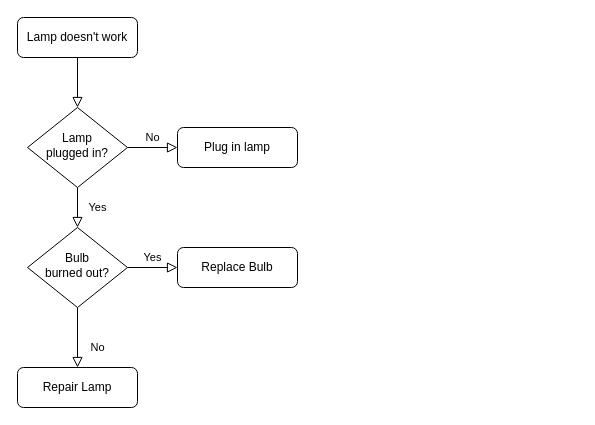
Before: facedetect.drawio in danblue3/test, a draw.io diagram. Source tidied: cells renumbered, new cells numbered last; positions are measured from the earlier drawing's top-left corner, leaving out a move shared by most shapes. Both pictures are drawn from the tidied source at 100%, with x=0, y=0 at pixel (17, 17).
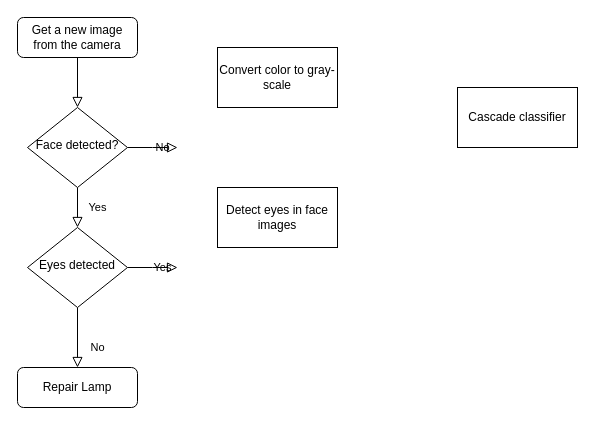
Above is the later version.

What changed in the source:
```diff
@@
 <mxGraphModel>
   <root>
     <mxCell id="0" />
     <mxCell id="1" parent="0" />
     <mxCell id="2" style="rounded=0;html=1;jettySize=auto;fontSize=11;endArrow=block;endFill=0;endSize=8;strokeWidth=1;shadow=0;labelBackgroundColor=none;edgeStyle=orthogonalEdgeStyle;" parent="1" edge="1" source="3" target="6">
       <mxGeometry relative="1" as="geometry" />
     </mxCell>
-    <mxCell id="3" value="Lamp doesn't work" style="rounded=1;whiteSpace=wrap;html=1;fontSize=12;glass=0;strokeWidth=1;shadow=0;" parent="1" vertex="1">
+    <mxCell id="3" value="Get a new image from the camera" style="rounded=1;whiteSpace=wrap;html=1;fontSize=12;glass=0;strokeWidth=1;shadow=0;" parent="1" vertex="1">
       <mxGeometry width="120" height="40" as="geometry" />
     </mxCell>
     <mxCell id="4" value="Yes" style="rounded=0;html=1;jettySize=auto;fontSize=11;endArrow=block;endFill=0;endSize=8;strokeWidth=1;shadow=0;labelBackgroundColor=none;edgeStyle=orthogonalEdgeStyle;" parent="1" edge="1" source="6" target="10">
       <mxGeometry y="20" relative="1" as="geometry" />
     </mxCell>
-    <mxCell id="5" value="No" style="edgeStyle=orthogonalEdgeStyle;rounded=0;html=1;jettySize=auto;fontSize=11;endArrow=block;endFill=0;endSize=8;strokeWidth=1;shadow=0;labelBackgroundColor=none;" parent="1" edge="1" source="6" target="7">
-      <mxGeometry y="10" relative="1" as="geometry" />
+    <mxCell id="5" value="No" style="edgeStyle=orthogonalEdgeStyle;rounded=0;html=1;jettySize=auto;fontSize=11;endArrow=block;endFill=0;endSize=8;strokeWidth=1;shadow=0;labelBackgroundColor=none;" parent="1" edge="1" source="6">
+      <mxGeometry y="10" relative="1" as="geometry">
+        <mxPoint x="160" y="130" as="targetPoint" />
+      </mxGeometry>
     </mxCell>
-    <mxCell id="6" value="Lamp&lt;br&gt;plugged in?" style="rhombus;whiteSpace=wrap;html=1;shadow=0;fontFamily=Helvetica;fontSize=12;align=center;strokeWidth=1;spacing=6;spacingTop=-4;" parent="1" vertex="1">
+    <mxCell id="6" value="Face detected?" style="rhombus;whiteSpace=wrap;html=1;shadow=0;fontFamily=Helvetica;fontSize=12;align=center;strokeWidth=1;spacing=6;spacingTop=-4;" parent="1" vertex="1">
       <mxGeometry x="10" y="90" width="100" height="80" as="geometry" />
     </mxCell>
-    <mxCell id="7" value="Plug in lamp" style="rounded=1;whiteSpace=wrap;html=1;fontSize=12;glass=0;strokeWidth=1;shadow=0;" parent="1" vertex="1">
-      <mxGeometry x="160" y="110" width="120" height="40" as="geometry" />
-    </mxCell>
     <mxCell id="8" value="No" style="rounded=0;html=1;jettySize=auto;fontSize=11;endArrow=block;endFill=0;endSize=8;strokeWidth=1;shadow=0;labelBackgroundColor=none;edgeStyle=orthogonalEdgeStyle;" parent="1" edge="1" source="10" target="11">
       <mxGeometry x="0.33" y="20" relative="1" as="geometry" />
     </mxCell>
-    <mxCell id="9" value="Yes" style="edgeStyle=orthogonalEdgeStyle;rounded=0;html=1;jettySize=auto;fontSize=11;endArrow=block;endFill=0;endSize=8;strokeWidth=1;shadow=0;labelBackgroundColor=none;" parent="1" edge="1" source="10" target="12">
-      <mxGeometry y="10" relative="1" as="geometry" />
+    <mxCell id="9" value="Yes" style="edgeStyle=orthogonalEdgeStyle;rounded=0;html=1;jettySize=auto;fontSize=11;endArrow=block;endFill=0;endSize=8;strokeWidth=1;shadow=0;labelBackgroundColor=none;" parent="1" edge="1" source="10">
+      <mxGeometry y="10" relative="1" as="geometry">
+        <mxPoint x="160" y="250" as="targetPoint" />
+      </mxGeometry>
     </mxCell>
-    <mxCell id="10" value="Bulb&lt;br&gt;burned out?" style="rhombus;whiteSpace=wrap;html=1;shadow=0;fontFamily=Helvetica;fontSize=12;align=center;strokeWidth=1;spacing=6;spacingTop=-4;" parent="1" vertex="1">
+    <mxCell id="10" value="Eyes detected" style="rhombus;whiteSpace=wrap;html=1;shadow=0;fontFamily=Helvetica;fontSize=12;align=center;strokeWidth=1;spacing=6;spacingTop=-4;" parent="1" vertex="1">
       <mxGeometry x="10" y="210" width="100" height="80" as="geometry" />
     </mxCell>
     <mxCell id="11" value="Repair Lamp" style="rounded=1;whiteSpace=wrap;html=1;fontSize=12;glass=0;strokeWidth=1;shadow=0;" parent="1" vertex="1">
       <mxGeometry y="350" width="120" height="40" as="geometry" />
     </mxCell>
-    <mxCell id="12" value="Replace Bulb" style="rounded=1;whiteSpace=wrap;html=1;fontSize=12;glass=0;strokeWidth=1;shadow=0;" parent="1" vertex="1">
-      <mxGeometry x="160" y="230" width="120" height="40" as="geometry" />
-    </mxCell>
+    <mxCell id="13" value="Convert color to gray-scale" style="rounded=0;whiteSpace=wrap;html=1;" parent="1" vertex="1">
+      <mxGeometry x="200" y="30" width="120" height="60" as="geometry" />
+    </mxCell>
+    <mxCell id="14" value="Cascade classifier" style="rounded=0;whiteSpace=wrap;html=1;" parent="1" vertex="1">
+      <mxGeometry x="440" y="70" width="120" height="60" as="geometry" />
+    </mxCell>
+    <mxCell id="15" value="Detect eyes in face images" style="rounded=0;whiteSpace=wrap;html=1;" parent="1" vertex="1">
+      <mxGeometry x="200" y="170" width="120" height="60" as="geometry" />
+    </mxCell>
   </root>
 </mxGraphModel>
```
